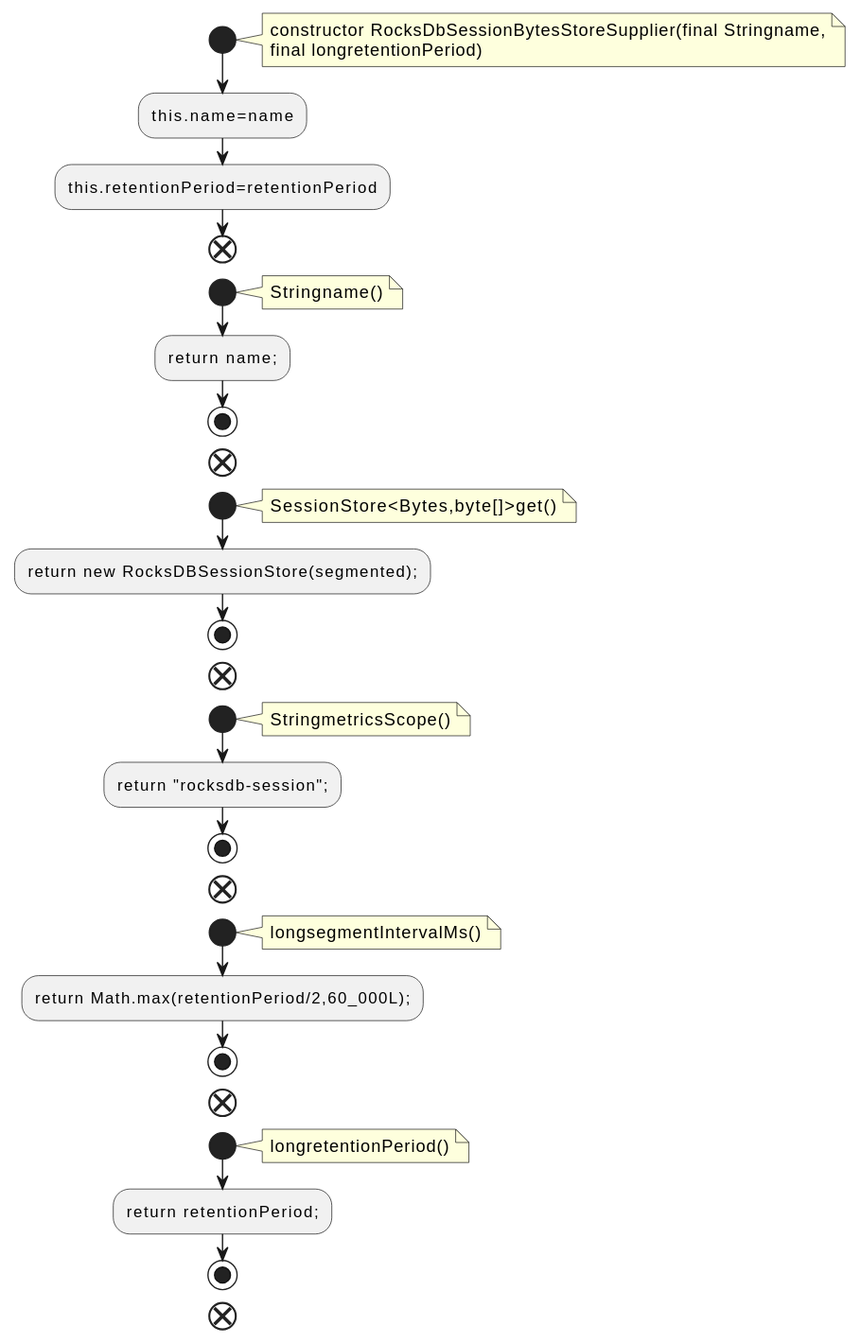
qualitesys/kafka keeps this PlantUML diagram as docs/qc/streams/src/main/java/org/apache/kafka/streams/state/internals/RocksDbSessionBytesStoreSupplier.java.fct.svg. Above is the earlier version. Source of this version:
```plantuml
@startuml
!pragma layout smetana
start
note right
constructor RocksDbSessionBytesStoreSupplier(final Stringname,
final longretentionPeriod)
end note
:this.name=name;
:this.retentionPeriod=retentionPeriod;
end
start
note right
Stringname()
end note
:return name;;
stop
end
start
note right
SessionStore<Bytes,byte[]>get()
end note
:return new RocksDBSessionStore(segmented);;
stop
end
start
note right
StringmetricsScope()
end note
:return "rocksdb-session";;
stop
end
start
note right
longsegmentIntervalMs()
end note
:return Math.max(retentionPeriod/2,60_000L);;
stop
end
start
note right
longretentionPeriod()
end note
:return retentionPeriod;;
stop
end
@enduml
```
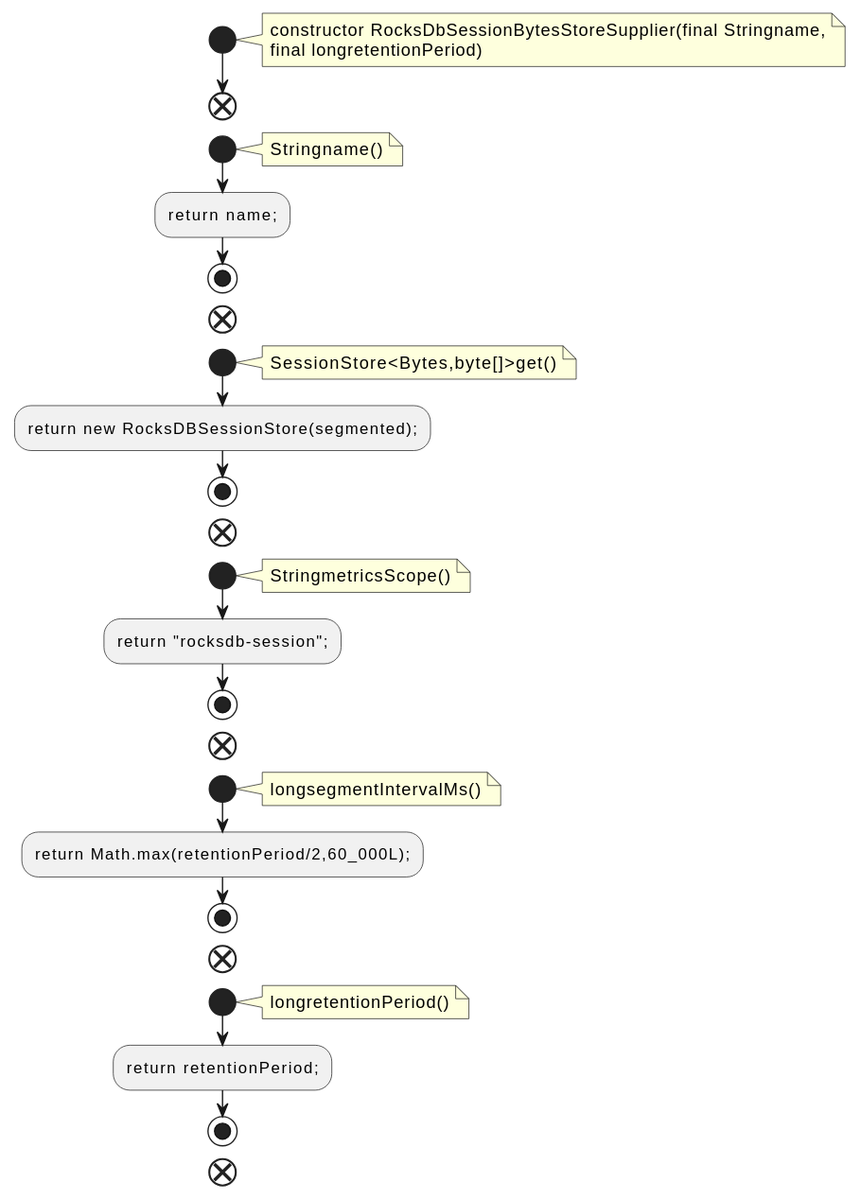
Later version of the same file.

Diff of the diagram source:
```diff
@@ -5,8 +5,6 @@
 constructor RocksDbSessionBytesStoreSupplier(final Stringname,
 final longretentionPeriod)
 end note
-:this.name=name;
-:this.retentionPeriod=retentionPeriod;
 end
 start
 note right
```
